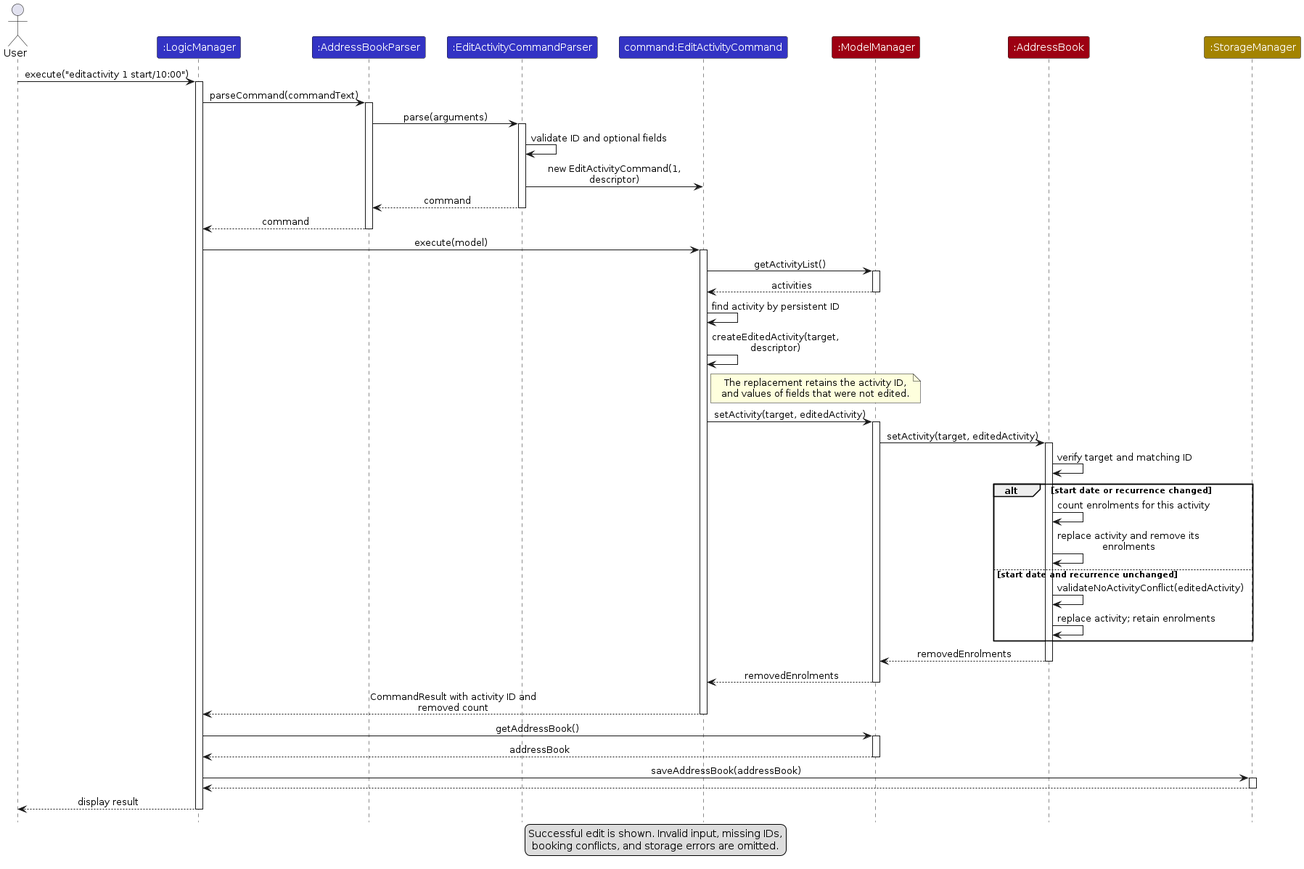
Earlier version of the PlantUML export diagrams/EditActivitySequenceDiagram.png (AY2627S1-CS2103T-T15-4/tp). Its source is kept beside it as diagrams/EditActivitySequenceDiagram.puml.
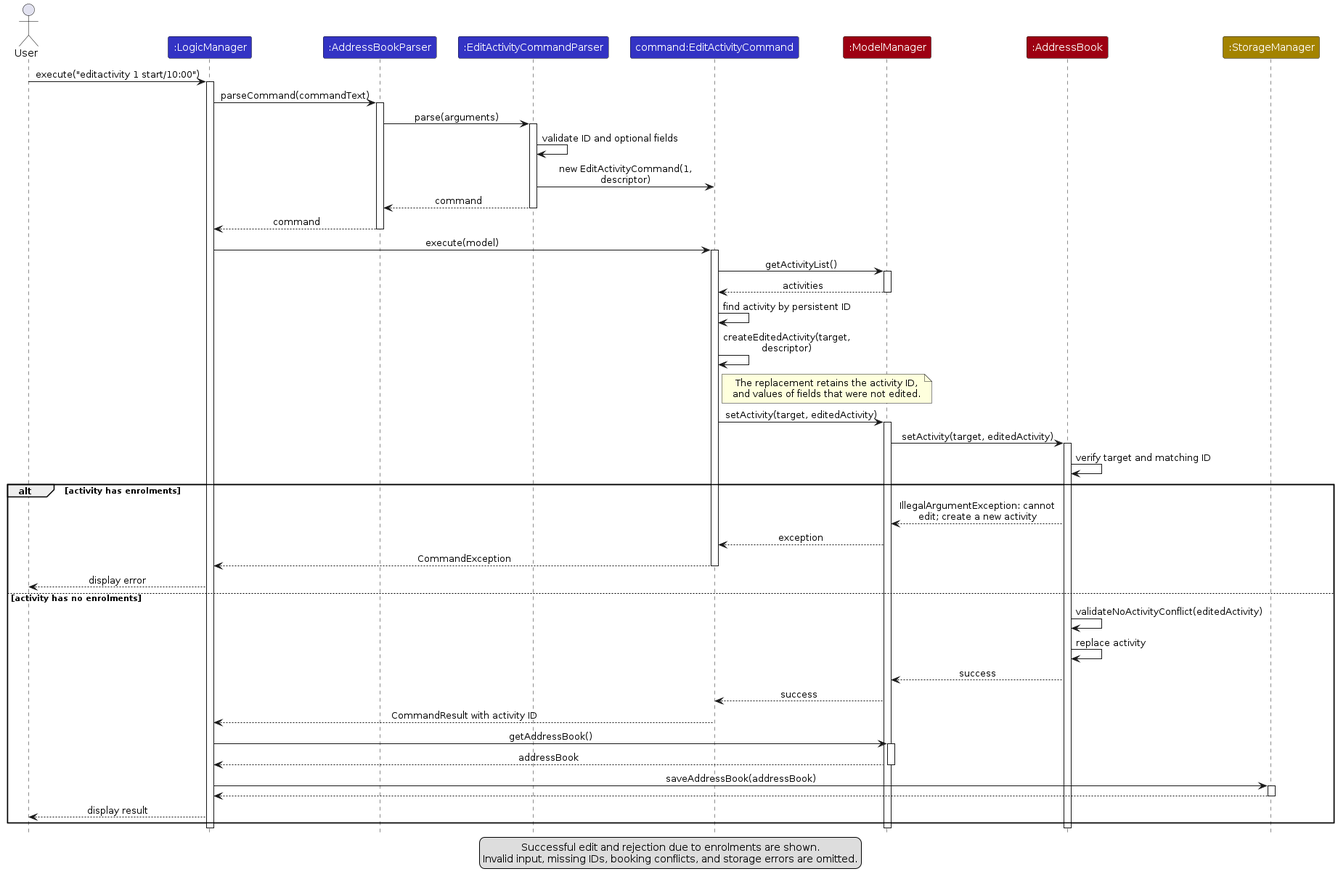
Above is the later version.

What changed in the source:
```diff
@@ -43,33 +43,35 @@
 Model -> Book : setActivity(target, editedActivity)
 activate Book
 Book -> Book : verify target and matching ID
-alt start date or recurrence changed
-  Book -> Book : count enrolments for this activity
-  Book -> Book : replace activity and remove its enrolments
-else start date and recurrence unchanged
+alt activity has enrolments
+  Book --> Model : IllegalArgumentException: cannot edit; create a new activity
+  Model --> Command : exception
+  Command --> Logic : CommandException
+  deactivate Command
+  Logic --> User : display error
+else activity has no enrolments
   Book -> Book : validateNoActivityConflict(editedActivity)
-  Book -> Book : replace activity; retain enrolments
+  Book -> Book : replace activity
+  Book --> Model : success
+  Model --> Command : success
+  Command --> Logic : CommandResult with activity ID
+  deactivate Command
+  Logic -> Model : getAddressBook()
+  activate Model
+  Model --> Logic : addressBook
+  deactivate Model
+  Logic -> Storage : saveAddressBook(addressBook)
+  activate Storage
+  Storage --> Logic
+  deactivate Storage
+  Logic --> User : display result
 end
-Book --> Model : removedEnrolments
 deactivate Book
-Model --> Command : removedEnrolments
 deactivate Model
-Command --> Logic : CommandResult with activity ID and removed count
-deactivate Command
-
-Logic -> Model : getAddressBook()
-activate Model
-Model --> Logic : addressBook
-deactivate Model
-Logic -> Storage : saveAddressBook(addressBook)
-activate Storage
-Storage --> Logic
-deactivate Storage
-Logic --> User : display result
 deactivate Logic
 
 legend bottom
-  Successful edit is shown. Invalid input, missing IDs,
-  booking conflicts, and storage errors are omitted.
+  Successful edit and rejection due to enrolments are shown.
+  Invalid input, missing IDs, booking conflicts, and storage errors are omitted.
 endlegend
 @enduml
```
